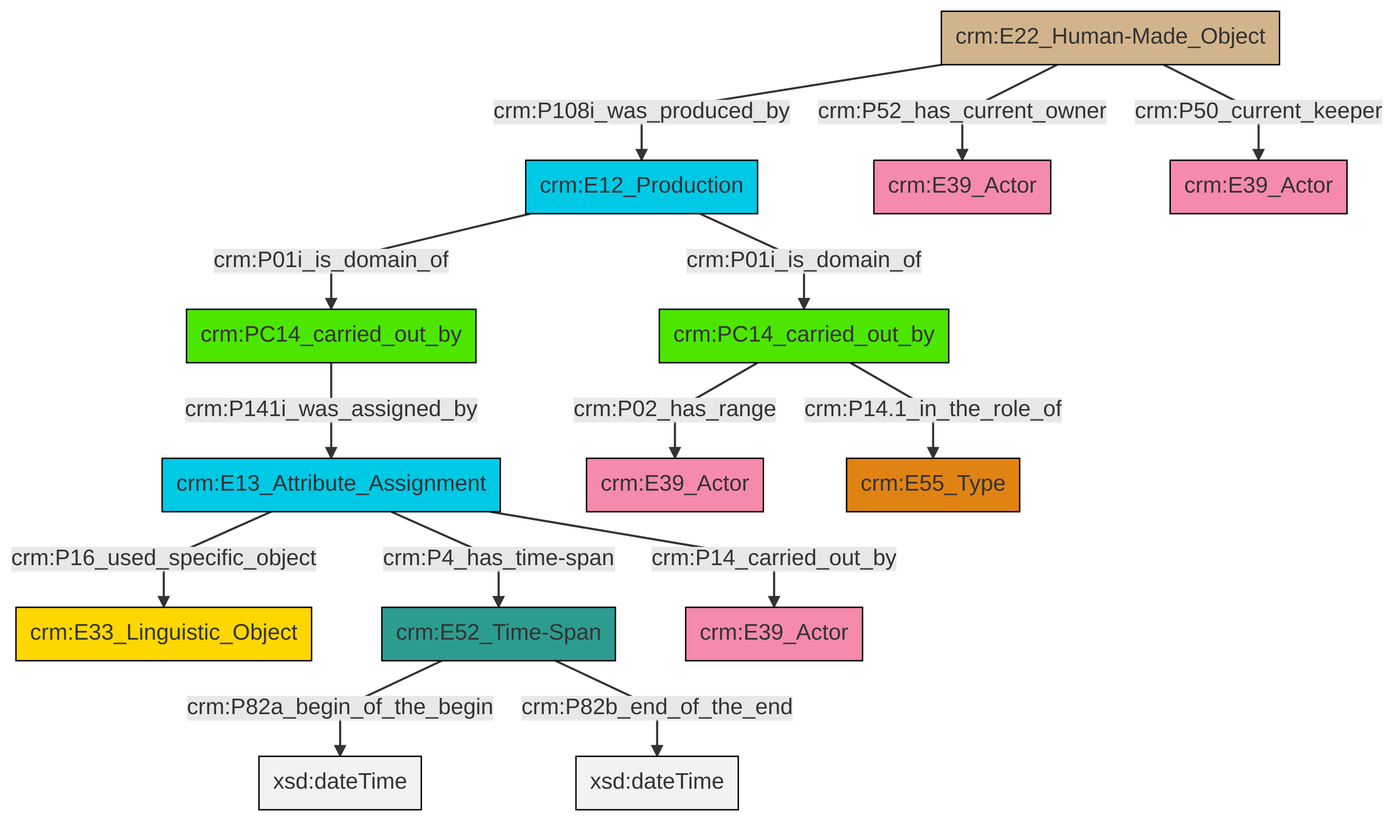
Earlier version of the Mermaid export et/carrierCSV/ttl/mmd/png/carrier_relations.png (swiss-art-research-net/docs.swissartresearch). Its source is kept beside it as et/carrierCSV/ttl/mmd/carrier_relations.ttl.mmd.
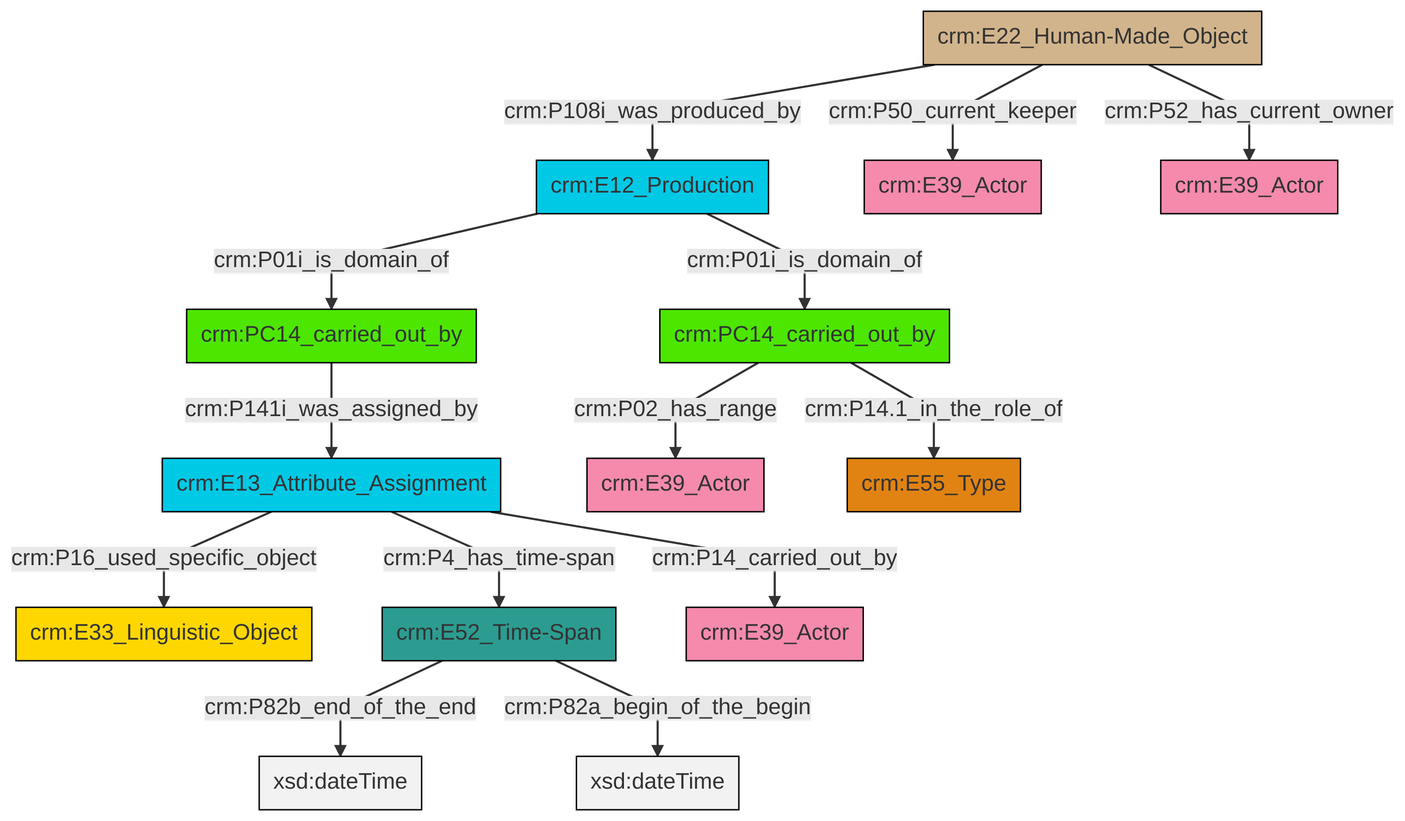
The same diagram one commit later.

Diff of the diagram source:
```diff
@@ -13,16 +13,16 @@
 classDef PC_Classes fill:#4ce600, stroke:#000000;
 classDef Multi fill:#cccccc,stroke:#000000;
 
-0["crm:PC14_carried_out_by"]:::PC_Classes -->|crm:P02_has_range| 1["crm:E39_Actor"]:::Actor
-2["crm:E22_Human-Made_Object"]:::Physical_Thing -->|crm:P108i_was_produced_by| 3["crm:E12_Production"]:::Temporal_Entity
-4["crm:E13_Attribute_Assignment"]:::Temporal_Entity -->|crm:P16_used_specific_object| 5["crm:E33_Linguistic_Object"]:::Conceptual_Object
-2["crm:E22_Human-Made_Object"]:::Physical_Thing -->|crm:P52_has_current_owner| 14["crm:E39_Actor"]:::Actor
-0["crm:PC14_carried_out_by"]:::PC_Classes -->|crm:P14.1_in_the_role_of| 15["crm:E55_Type"]:::Type
-4["crm:E13_Attribute_Assignment"]:::Temporal_Entity -->|crm:P4_has_time-span| 12["crm:E52_Time-Span"]:::Time-Span
-2["crm:E22_Human-Made_Object"]:::Physical_Thing -->|crm:P50_current_keeper| 18["crm:E39_Actor"]:::Actor
-3["crm:E12_Production"]:::Temporal_Entity -->|crm:P01i_is_domain_of| 10["crm:PC14_carried_out_by"]:::PC_Classes
-12["crm:E52_Time-Span"]:::Time-Span -->|crm:P82a_begin_of_the_begin| 22[xsd:dateTime]:::Literal
-3["crm:E12_Production"]:::Temporal_Entity -->|crm:P01i_is_domain_of| 0["crm:PC14_carried_out_by"]:::PC_Classes
-12["crm:E52_Time-Span"]:::Time-Span -->|crm:P82b_end_of_the_end| 23[xsd:dateTime]:::Literal
-4["crm:E13_Attribute_Assignment"]:::Temporal_Entity -->|crm:P14_carried_out_by| 24["crm:E39_Actor"]:::Actor
-10["crm:PC14_carried_out_by"]:::PC_Classes -->|crm:P141i_was_assigned_by| 4["crm:E13_Attribute_Assignment"]:::Temporal_Entity
+6["crm:E52_Time-Span"]:::Time-Span -->|crm:P82b_end_of_the_end| 8[xsd:dateTime]:::Literal
+9["crm:PC14_carried_out_by"]:::PC_Classes -->|crm:P141i_was_assigned_by| 10["crm:E13_Attribute_Assignment"]:::Temporal_Entity
+0["crm:E22_Human-Made_Object"]:::Physical_Thing -->|crm:P108i_was_produced_by| 11["crm:E12_Production"]:::Temporal_Entity
+11["crm:E12_Production"]:::Temporal_Entity -->|crm:P01i_is_domain_of| 4["crm:PC14_carried_out_by"]:::PC_Classes
+6["crm:E52_Time-Span"]:::Time-Span -->|crm:P82a_begin_of_the_begin| 16[xsd:dateTime]:::Literal
+10["crm:E13_Attribute_Assignment"]:::Temporal_Entity -->|crm:P14_carried_out_by| 17["crm:E39_Actor"]:::Actor
+10["crm:E13_Attribute_Assignment"]:::Temporal_Entity -->|crm:P4_has_time-span| 6["crm:E52_Time-Span"]:::Time-Span
+0["crm:E22_Human-Made_Object"]:::Physical_Thing -->|crm:P52_has_current_owner| 14["crm:E39_Actor"]:::Actor
+0["crm:E22_Human-Made_Object"]:::Physical_Thing -->|crm:P50_current_keeper| 12["crm:E39_Actor"]:::Actor
+4["crm:PC14_carried_out_by"]:::PC_Classes -->|crm:P14.1_in_the_role_of| 21["crm:E55_Type"]:::Type
+10["crm:E13_Attribute_Assignment"]:::Temporal_Entity -->|crm:P16_used_specific_object| 2["crm:E33_Linguistic_Object"]:::Conceptual_Object
+4["crm:PC14_carried_out_by"]:::PC_Classes -->|crm:P02_has_range| 18["crm:E39_Actor"]:::Actor
+11["crm:E12_Production"]:::Temporal_Entity -->|crm:P01i_is_domain_of| 9["crm:PC14_carried_out_by"]:::PC_Classes
```
